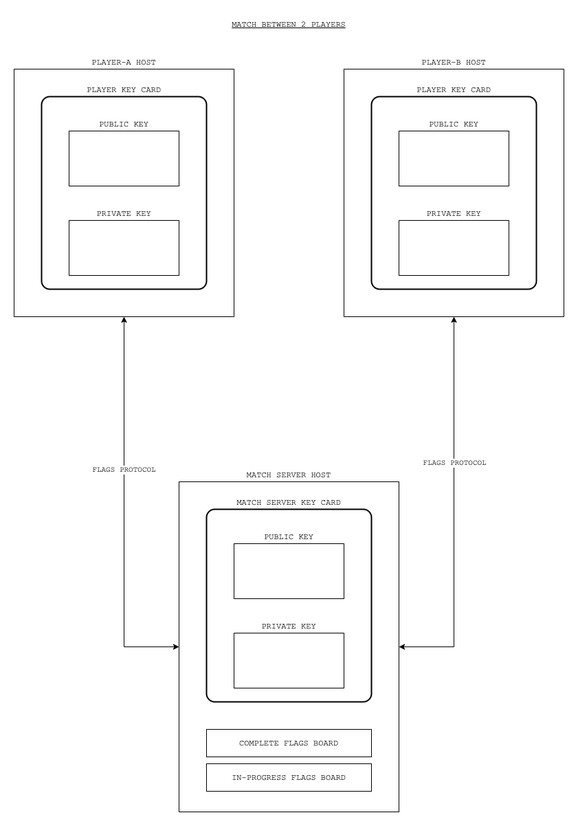
The draw.io diagram docs/distributed-records.png in marinm/flags, before a commit. Source tidied: cells renumbered, new cells last; positions are measured from the earlier drawing's top-left corner, leaving out a move shared by most shapes. Source of this version:
```xml
<mxGraphModel>
  <root>
    <mxCell id="0" />
    <mxCell id="1" parent="0" />
    <mxCell id="2" value="MATCH SERVER HOST" style="rounded=0;whiteSpace=wrap;html=1;fontFamily=Courier New;strokeWidth=1;labelPosition=center;verticalLabelPosition=top;align=center;verticalAlign=bottom;" parent="1" vertex="1">
      <mxGeometry x="240" y="680" width="320" height="480" as="geometry" />
    </mxCell>
    <mxCell id="3" value="PLAYER-B HOST" style="rounded=0;whiteSpace=wrap;html=1;fontFamily=Courier New;strokeWidth=1;labelPosition=center;verticalLabelPosition=top;align=center;verticalAlign=bottom;" parent="1" vertex="1">
      <mxGeometry x="480" y="80" width="320" height="360" as="geometry" />
    </mxCell>
    <mxCell id="4" value="PLAYER-A HOST" style="rounded=0;whiteSpace=wrap;html=1;fontFamily=Courier New;strokeWidth=1;labelPosition=center;verticalLabelPosition=top;align=center;verticalAlign=bottom;" parent="1" vertex="1">
      <mxGeometry y="80" width="320" height="360" as="geometry" />
    </mxCell>
    <mxCell id="5" value="&lt;font face=&quot;Courier New&quot;&gt;PLAYER KEY CARD&lt;/font&gt;" style="rounded=1;whiteSpace=wrap;html=1;arcSize=5;labelPosition=center;verticalLabelPosition=top;align=center;verticalAlign=bottom;strokeWidth=2;" parent="1" vertex="1">
      <mxGeometry x="40" y="120" width="240" height="280" as="geometry" />
    </mxCell>
    <mxCell id="6" value="&lt;font face=&quot;Courier New&quot;&gt;PUBLIC KEY&lt;/font&gt;" style="rounded=0;whiteSpace=wrap;html=1;labelPosition=center;verticalLabelPosition=top;align=center;verticalAlign=bottom;" parent="1" vertex="1">
      <mxGeometry x="80" y="170" width="160" height="80" as="geometry" />
    </mxCell>
    <mxCell id="7" value="&lt;font face=&quot;Courier New&quot;&gt;PRIVATE KEY&lt;/font&gt;" style="rounded=0;whiteSpace=wrap;html=1;labelPosition=center;verticalLabelPosition=top;align=center;verticalAlign=bottom;" parent="1" vertex="1">
      <mxGeometry x="80" y="300" width="160" height="80" as="geometry" />
    </mxCell>
    <mxCell id="8" value="&lt;font face=&quot;Courier New&quot;&gt;PLAYER KEY CARD&lt;/font&gt;" style="rounded=1;whiteSpace=wrap;html=1;arcSize=5;labelPosition=center;verticalLabelPosition=top;align=center;verticalAlign=bottom;strokeWidth=2;" parent="1" vertex="1">
      <mxGeometry x="520" y="120" width="240" height="280" as="geometry" />
    </mxCell>
    <mxCell id="9" value="&lt;font face=&quot;Courier New&quot;&gt;PUBLIC KEY&lt;/font&gt;" style="rounded=0;whiteSpace=wrap;html=1;labelPosition=center;verticalLabelPosition=top;align=center;verticalAlign=bottom;" parent="1" vertex="1">
      <mxGeometry x="560" y="170" width="160" height="80" as="geometry" />
    </mxCell>
    <mxCell id="10" value="&lt;font face=&quot;Courier New&quot;&gt;PRIVATE KEY&lt;/font&gt;" style="rounded=0;whiteSpace=wrap;html=1;labelPosition=center;verticalLabelPosition=top;align=center;verticalAlign=bottom;" parent="1" vertex="1">
      <mxGeometry x="560" y="300" width="160" height="80" as="geometry" />
    </mxCell>
    <mxCell id="11" value="&lt;font face=&quot;Courier New&quot;&gt;MATCH SERVER KEY CARD&lt;br&gt;&lt;/font&gt;" style="rounded=1;whiteSpace=wrap;html=1;arcSize=5;labelPosition=center;verticalLabelPosition=top;align=center;verticalAlign=bottom;strokeWidth=2;" parent="1" vertex="1">
      <mxGeometry x="280" y="720" width="240" height="280" as="geometry" />
    </mxCell>
    <mxCell id="12" value="&lt;font face=&quot;Courier New&quot;&gt;PUBLIC KEY&lt;/font&gt;" style="rounded=0;whiteSpace=wrap;html=1;labelPosition=center;verticalLabelPosition=top;align=center;verticalAlign=bottom;" parent="1" vertex="1">
      <mxGeometry x="320" y="770" width="160" height="80" as="geometry" />
    </mxCell>
    <mxCell id="13" value="&lt;font face=&quot;Courier New&quot;&gt;PRIVATE KEY&lt;/font&gt;" style="rounded=0;whiteSpace=wrap;html=1;labelPosition=center;verticalLabelPosition=top;align=center;verticalAlign=bottom;" parent="1" vertex="1">
      <mxGeometry x="320" y="900" width="160" height="80" as="geometry" />
    </mxCell>
    <mxCell id="14" style="endArrow=classic;startArrow=classic;html=1;rounded=0;fontFamily=Courier New;exitX=0.5;exitY=1;exitDx=0;exitDy=0;edgeStyle=orthogonalEdgeStyle;entryX=0;entryY=0.5;entryDx=0;entryDy=0;" parent="1" edge="1" source="4" target="2">
      <mxGeometry relative="1" as="geometry">
        <Array as="points">
          <mxPoint x="160" y="920" />
        </Array>
      </mxGeometry>
    </mxCell>
    <mxCell id="15" value="FLAGS PROTOCOL" style="edgeLabel;html=1;align=center;verticalAlign=middle;fontFamily=Courier New;" parent="14" vertex="1">
      <mxGeometry x="-0.21" y="-1" relative="1" as="geometry" />
    </mxCell>
    <mxCell id="16" style="endArrow=classic;startArrow=classic;html=1;rounded=0;fontFamily=Courier New;exitX=1;exitY=0.5;exitDx=0;exitDy=0;entryX=0.5;entryY=1;entryDx=0;entryDy=0;edgeStyle=orthogonalEdgeStyle;" parent="1" edge="1" source="2" target="3">
      <mxGeometry relative="1" as="geometry" />
    </mxCell>
    <mxCell id="17" value="FLAGS PROTOCOL" style="edgeLabel;html=1;align=center;verticalAlign=middle;fontFamily=Courier New;" parent="16" vertex="1">
      <mxGeometry x="0.24" relative="1" as="geometry" />
    </mxCell>
    <mxCell id="18" value="&lt;font face=&quot;Courier New&quot;&gt;&lt;u&gt;MATCH BETWEEN 2 PLAYERS&lt;/u&gt;&lt;/font&gt;" style="text;html=1;strokeColor=none;fillColor=none;align=center;verticalAlign=middle;whiteSpace=wrap;rounded=0;" parent="1" vertex="1">
      <mxGeometry x="170" width="460" height="30" as="geometry" />
    </mxCell>
    <mxCell id="19" value="COMPLETE FLAGS BOARD" style="rounded=0;whiteSpace=wrap;html=1;fontFamily=Courier New;" parent="1" vertex="1">
      <mxGeometry x="280" y="1040" width="240" height="40" as="geometry" />
    </mxCell>
    <mxCell id="20" value="IN-PROGRESS FLAGS BOARD" style="rounded=0;whiteSpace=wrap;html=1;fontFamily=Courier New;" parent="1" vertex="1">
      <mxGeometry x="280" y="1090" width="240" height="40" as="geometry" />
    </mxCell>
  </root>
</mxGraphModel>
```
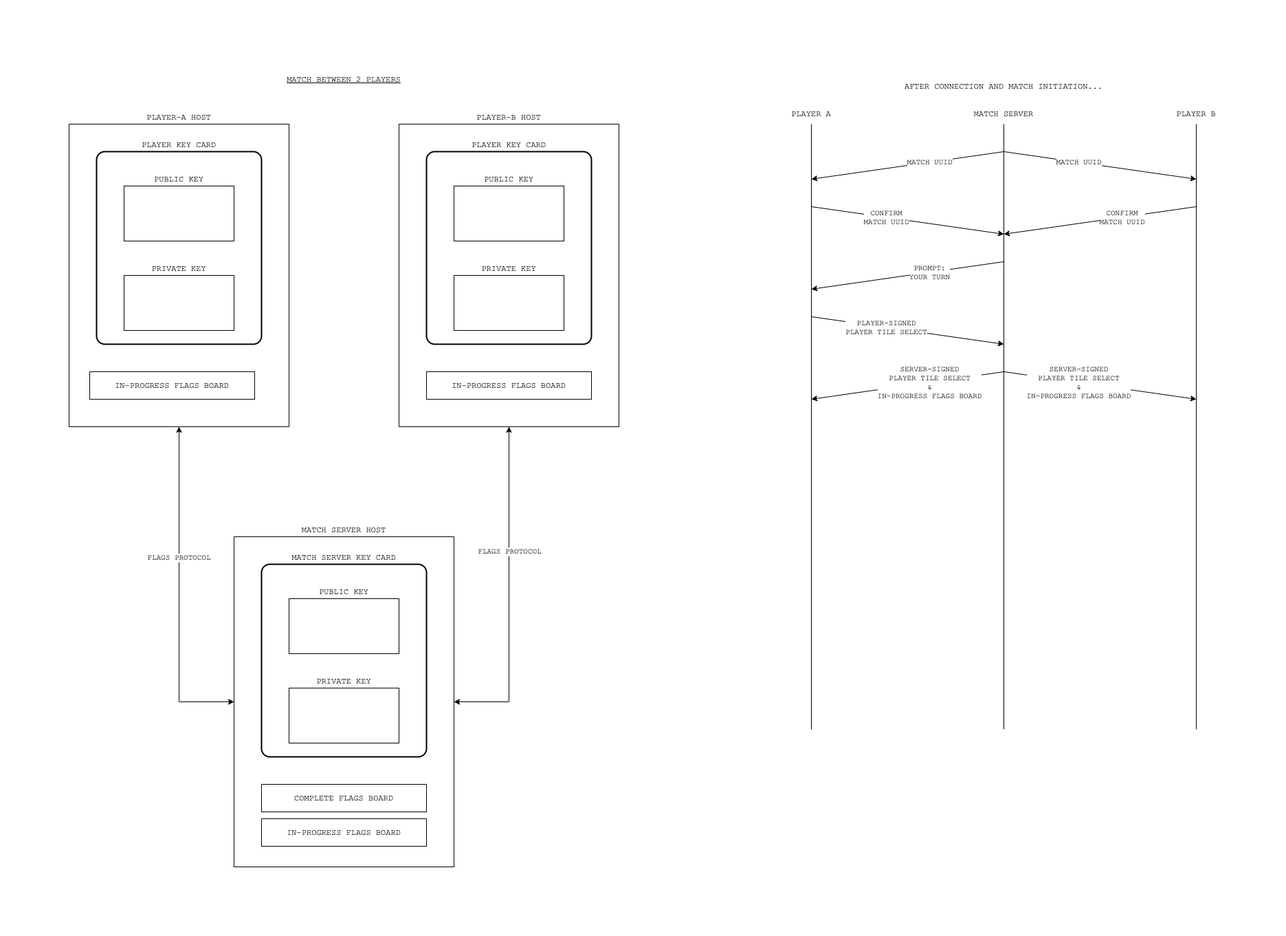
Later version of the same file.

Diff of the diagram source:
```diff
@@ -6,10 +6,10 @@
       <mxGeometry x="240" y="680" width="320" height="480" as="geometry" />
     </mxCell>
     <mxCell id="3" value="PLAYER-B HOST" style="rounded=0;whiteSpace=wrap;html=1;fontFamily=Courier New;strokeWidth=1;labelPosition=center;verticalLabelPosition=top;align=center;verticalAlign=bottom;" parent="1" vertex="1">
-      <mxGeometry x="480" y="80" width="320" height="360" as="geometry" />
+      <mxGeometry x="480" y="80" width="320" height="440" as="geometry" />
     </mxCell>
     <mxCell id="4" value="PLAYER-A HOST" style="rounded=0;whiteSpace=wrap;html=1;fontFamily=Courier New;strokeWidth=1;labelPosition=center;verticalLabelPosition=top;align=center;verticalAlign=bottom;" parent="1" vertex="1">
-      <mxGeometry y="80" width="320" height="360" as="geometry" />
+      <mxGeometry y="80" width="320" height="440" as="geometry" />
     </mxCell>
     <mxCell id="5" value="&lt;font face=&quot;Courier New&quot;&gt;PLAYER KEY CARD&lt;/font&gt;" style="rounded=1;whiteSpace=wrap;html=1;arcSize=5;labelPosition=center;verticalLabelPosition=top;align=center;verticalAlign=bottom;strokeWidth=2;" parent="1" vertex="1">
       <mxGeometry x="40" y="120" width="240" height="280" as="geometry" />
@@ -63,5 +63,113 @@
     <mxCell id="20" value="IN-PROGRESS FLAGS BOARD" style="rounded=0;whiteSpace=wrap;html=1;fontFamily=Courier New;" parent="1" vertex="1">
       <mxGeometry x="280" y="1090" width="240" height="40" as="geometry" />
     </mxCell>
+    <mxCell id="21" value="IN-PROGRESS FLAGS BOARD" style="rounded=0;whiteSpace=wrap;html=1;fontFamily=Courier New;" parent="1" vertex="1">
+      <mxGeometry x="30" y="440" width="240" height="40" as="geometry" />
+    </mxCell>
+    <mxCell id="22" value="IN-PROGRESS FLAGS BOARD" style="rounded=0;whiteSpace=wrap;html=1;fontFamily=Courier New;" parent="1" vertex="1">
+      <mxGeometry x="520" y="440" width="240" height="40" as="geometry" />
+    </mxCell>
+    <mxCell id="23" style="endArrow=none;html=1;rounded=0;fontFamily=Courier New;labelPosition=center;verticalLabelPosition=top;align=center;verticalAlign=bottom;" parent="1" edge="1">
+      <mxGeometry relative="1" as="geometry">
+        <mxPoint x="1080" y="960" as="sourcePoint" />
+        <mxPoint x="1080" y="80" as="targetPoint" />
+      </mxGeometry>
+    </mxCell>
+    <mxCell id="24" style="endArrow=none;html=1;rounded=0;fontFamily=Courier New;" parent="1" edge="1">
+      <mxGeometry relative="1" as="geometry">
+        <mxPoint x="1360" y="960" as="sourcePoint" />
+        <mxPoint x="1360" y="80" as="targetPoint" />
+      </mxGeometry>
+    </mxCell>
+    <mxCell id="25" style="endArrow=none;html=1;rounded=0;fontFamily=Courier New;" parent="1" edge="1">
+      <mxGeometry relative="1" as="geometry">
+        <mxPoint x="1640" y="960" as="sourcePoint" />
+        <mxPoint x="1640" y="80" as="targetPoint" />
+      </mxGeometry>
+    </mxCell>
+    <mxCell id="26" style="endArrow=classic;html=1;rounded=0;fontFamily=Courier New;" parent="1" edge="1">
+      <mxGeometry relative="1" as="geometry">
+        <mxPoint x="1360" y="120" as="sourcePoint" />
+        <mxPoint x="1080" y="160" as="targetPoint" />
+      </mxGeometry>
+    </mxCell>
+    <mxCell id="27" value="MATCH UUID" style="edgeLabel;html=1;align=center;verticalAlign=middle;fontFamily=Courier New;" parent="26" vertex="1">
+      <mxGeometry x="-0.22" relative="1" as="geometry" />
+    </mxCell>
+    <mxCell id="28" value="PLAYER A" style="text;html=1;strokeColor=none;fillColor=none;align=center;verticalAlign=middle;whiteSpace=wrap;rounded=0;fontFamily=Courier New;" parent="1" vertex="1">
+      <mxGeometry x="1050" y="50" width="60" height="30" as="geometry" />
+    </mxCell>
+    <mxCell id="29" value="PLAYER B" style="text;html=1;strokeColor=none;fillColor=none;align=center;verticalAlign=middle;whiteSpace=wrap;rounded=0;fontFamily=Courier New;" parent="1" vertex="1">
+      <mxGeometry x="1610" y="50" width="60" height="30" as="geometry" />
+    </mxCell>
+    <mxCell id="30" value="MATCH SERVER" style="text;html=1;strokeColor=none;fillColor=none;align=center;verticalAlign=middle;whiteSpace=wrap;rounded=0;fontFamily=Courier New;" parent="1" vertex="1">
+      <mxGeometry x="1300" y="50" width="120" height="30" as="geometry" />
+    </mxCell>
+    <mxCell id="31" value="AFTER CONNECTION AND MATCH INITIATION..." style="text;html=1;strokeColor=none;fillColor=none;align=center;verticalAlign=middle;whiteSpace=wrap;rounded=0;fontFamily=Courier New;" parent="1" vertex="1">
+      <mxGeometry x="1200" y="10" width="320" height="30" as="geometry" />
+    </mxCell>
+    <mxCell id="32" style="endArrow=classic;html=1;rounded=0;fontFamily=Courier New;" parent="1" edge="1">
+      <mxGeometry relative="1" as="geometry">
+        <mxPoint x="1360" y="120" as="sourcePoint" />
+        <mxPoint x="1640" y="160" as="targetPoint" />
+      </mxGeometry>
+    </mxCell>
+    <mxCell id="33" value="MATCH UUID" style="edgeLabel;html=1;align=center;verticalAlign=middle;fontFamily=Courier New;" parent="32" vertex="1">
+      <mxGeometry x="-0.22" relative="1" as="geometry" />
+    </mxCell>
+    <mxCell id="34" style="endArrow=classic;html=1;rounded=0;fontFamily=Courier New;" parent="1" edge="1">
+      <mxGeometry relative="1" as="geometry">
+        <mxPoint x="1080" y="200" as="sourcePoint" />
+        <mxPoint x="1360" y="240" as="targetPoint" />
+      </mxGeometry>
+    </mxCell>
+    <mxCell id="35" value="CONFIRM&lt;br&gt;MATCH UUID" style="edgeLabel;html=1;align=center;verticalAlign=middle;fontFamily=Courier New;" parent="34" vertex="1">
+      <mxGeometry x="-0.22" relative="1" as="geometry" />
+    </mxCell>
+    <mxCell id="36" style="endArrow=classic;html=1;rounded=0;fontFamily=Courier New;" parent="1" edge="1">
+      <mxGeometry relative="1" as="geometry">
+        <mxPoint x="1640" y="200" as="sourcePoint" />
+        <mxPoint x="1360" y="240" as="targetPoint" />
+      </mxGeometry>
+    </mxCell>
+    <mxCell id="37" value="CONFIRM&lt;br&gt;MATCH UUID" style="edgeLabel;html=1;align=center;verticalAlign=middle;fontFamily=Courier New;" parent="36" vertex="1">
+      <mxGeometry x="-0.22" relative="1" as="geometry" />
+    </mxCell>
+    <mxCell id="38" style="endArrow=classic;html=1;rounded=0;fontFamily=Courier New;" parent="1" edge="1">
+      <mxGeometry relative="1" as="geometry">
+        <mxPoint x="1360" y="280" as="sourcePoint" />
+        <mxPoint x="1080" y="320" as="targetPoint" />
+      </mxGeometry>
+    </mxCell>
+    <mxCell id="39" value="PROMPT:&lt;br&gt;YOUR TURN" style="edgeLabel;html=1;align=center;verticalAlign=middle;fontFamily=Courier New;" parent="38" vertex="1">
+      <mxGeometry x="-0.22" relative="1" as="geometry" />
+    </mxCell>
+    <mxCell id="40" style="endArrow=classic;html=1;rounded=0;fontFamily=Courier New;" parent="1" edge="1">
+      <mxGeometry relative="1" as="geometry">
+        <mxPoint x="1080" y="360" as="sourcePoint" />
+        <mxPoint x="1360" y="400" as="targetPoint" />
+      </mxGeometry>
+    </mxCell>
+    <mxCell id="41" value="PLAYER-SIGNED&lt;br&gt;PLAYER TILE SELECT" style="edgeLabel;html=1;align=center;verticalAlign=middle;fontFamily=Courier New;" parent="40" vertex="1">
+      <mxGeometry x="-0.22" relative="1" as="geometry" />
+    </mxCell>
+    <mxCell id="42" style="endArrow=classic;html=1;rounded=0;fontFamily=Courier New;" parent="1" edge="1">
+      <mxGeometry relative="1" as="geometry">
+        <mxPoint x="1360" y="440" as="sourcePoint" />
+        <mxPoint x="1080" y="480" as="targetPoint" />
+      </mxGeometry>
+    </mxCell>
+    <mxCell id="43" value="SERVER-SIGNED&lt;br&gt;PLAYER TILE SELECT&lt;br&gt;&amp;amp;&lt;br&gt;IN-PROGRESS FLAGS BOARD" style="edgeLabel;html=1;align=center;verticalAlign=middle;fontFamily=Courier New;" parent="42" vertex="1">
+      <mxGeometry x="-0.22" relative="1" as="geometry" />
+    </mxCell>
+    <mxCell id="44" style="endArrow=classic;html=1;rounded=0;fontFamily=Courier New;" parent="1" edge="1">
+      <mxGeometry relative="1" as="geometry">
+        <mxPoint x="1360" y="440" as="sourcePoint" />
+        <mxPoint x="1640" y="480" as="targetPoint" />
+      </mxGeometry>
+    </mxCell>
+    <mxCell id="45" value="SERVER-SIGNED&lt;br&gt;PLAYER TILE SELECT&lt;br&gt;&amp;amp;&lt;br&gt;IN-PROGRESS FLAGS BOARD" style="edgeLabel;html=1;align=center;verticalAlign=middle;fontFamily=Courier New;" parent="44" vertex="1">
+      <mxGeometry x="-0.22" relative="1" as="geometry" />
+    </mxCell>
   </root>
 </mxGraphModel>
```
